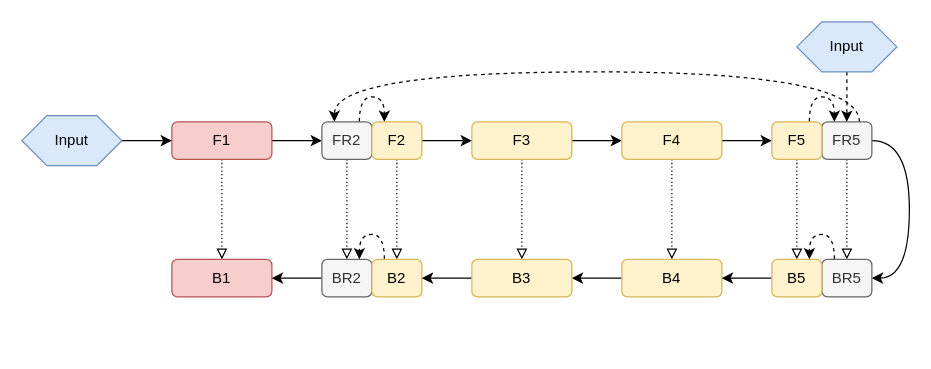
Earlier version of the draw.io diagram f1rc.drawio (mulanfly/diagrams). Source tidied: cells renumbered, new cells numbered last; positions are measured from the earlier drawing's top-left corner, leaving out a move shared by most shapes. Both pictures are drawn from the tidied source at 125%, with x=0, y=0 at pixel (21, 21).
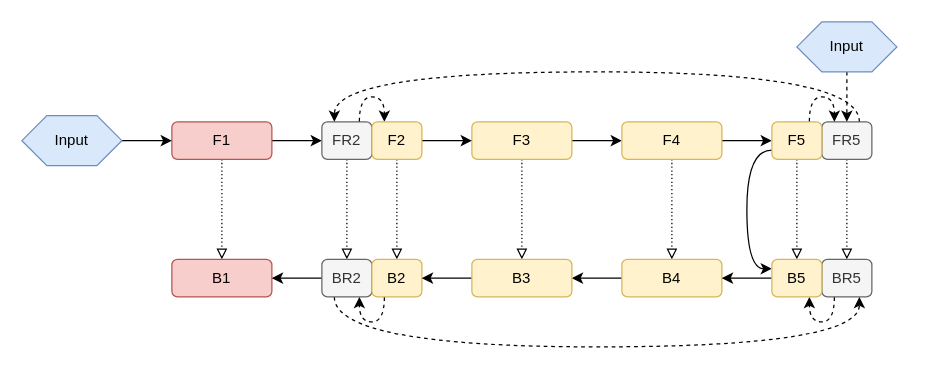
After the change.

The change refers to these unchanged cells:
```xml
<mxCell id="16" value="FR5" style="rounded=1;whiteSpace=wrap;html=1;shadow=0;sketch=0;glass=0;fillColor=#f5f5f5;strokeColor=#666666;fontColor=#333333;" parent="1" vertex="1">
  <mxGeometry x="640" y="80" width="40" height="30" as="geometry" />
</mxCell>
<mxCell id="25" value="F5" style="rounded=1;whiteSpace=wrap;html=1;shadow=0;sketch=0;glass=0;fillColor=#fff2cc;strokeColor=#d6b656;gradientDirection=east;" parent="1" vertex="1">
  <mxGeometry x="600" y="80" width="40" height="30" as="geometry" />
</mxCell>
<mxCell id="29" value="BR5" style="rounded=1;whiteSpace=wrap;html=1;shadow=0;sketch=0;glass=0;fillColor=#f5f5f5;strokeColor=#666666;fontColor=#333333;" parent="1" vertex="1">
  <mxGeometry x="640" y="190" width="40" height="30" as="geometry" />
</mxCell>
<mxCell id="31" value="B5" style="rounded=1;whiteSpace=wrap;html=1;shadow=0;sketch=0;glass=0;fillColor=#fff2cc;strokeColor=#d6b656;gradientDirection=east;" parent="1" vertex="1">
  <mxGeometry x="600" y="190" width="40" height="30" as="geometry" />
</mxCell>
<mxCell id="34" value="BR2" style="rounded=1;whiteSpace=wrap;html=1;shadow=0;sketch=0;glass=0;fillColor=#f5f5f5;strokeColor=#666666;gradientDirection=east;fontColor=#333333;" parent="1" vertex="1">
  <mxGeometry x="240" y="190" width="40" height="30" as="geometry" />
</mxCell>
<mxCell id="36" value="B2" style="rounded=1;whiteSpace=wrap;html=1;shadow=0;sketch=0;glass=0;fillColor=#fff2cc;strokeColor=#d6b656;gradientDirection=east;" parent="1" vertex="1">
  <mxGeometry x="280" y="190" width="40" height="30" as="geometry" />
</mxCell>
```

Change to the diagram source:
```diff
@@
-    <mxCell id="14" style="edgeStyle=orthogonalEdgeStyle;rounded=0;jettySize=auto;html=1;exitX=1;exitY=0.5;exitDx=0;exitDy=0;entryX=1;entryY=0.5;entryDx=0;entryDy=0;curved=1;" parent="1" edge="1" source="16" target="29">
-      <mxGeometry relative="1" as="geometry">
-        <Array as="points">
-          <mxPoint x="710" y="95" />
-          <mxPoint x="710" y="205" />
-        </Array>
-      </mxGeometry>
-    </mxCell>
@@
+    <mxCell id="41" style="edgeStyle=orthogonalEdgeStyle;curved=1;rounded=0;jettySize=auto;html=1;exitX=0;exitY=0.75;exitDx=0;exitDy=0;entryX=0;entryY=0.25;entryDx=0;entryDy=0;" parent="1" edge="1" source="25" target="31">
+      <mxGeometry relative="1" as="geometry" />
+    </mxCell>
@@
-    <mxCell id="28" style="edgeStyle=orthogonalEdgeStyle;curved=1;sketch=0;jettySize=auto;html=1;exitX=0.25;exitY=0;exitDx=0;exitDy=0;entryX=0.75;entryY=0;entryDx=0;entryDy=0;shadow=0;strokeColor=#000000;dashed=1;" parent="1" edge="1" source="29" target="31">
+    <mxCell id="28" style="edgeStyle=orthogonalEdgeStyle;curved=1;rounded=0;jettySize=auto;html=1;exitX=0.25;exitY=1;exitDx=0;exitDy=0;entryX=0.75;entryY=1;entryDx=0;entryDy=0;dashed=1;" parent="1" edge="1" source="29" target="31">
       <mxGeometry relative="1" as="geometry">
         <Array as="points">
-          <mxPoint x="650" y="170" />
-          <mxPoint x="630" y="170" />
+          <mxPoint x="650" y="240" />
+          <mxPoint x="630" y="240" />
         </Array>
       </mxGeometry>
     </mxCell>
@@
+    <mxCell id="42" style="edgeStyle=orthogonalEdgeStyle;curved=1;rounded=0;jettySize=auto;html=1;exitX=0.25;exitY=1;exitDx=0;exitDy=0;entryX=0.75;entryY=1;entryDx=0;entryDy=0;dashed=1;" parent="1" edge="1" source="34" target="29">
+      <mxGeometry relative="1" as="geometry">
+        <Array as="points">
+          <mxPoint x="250" y="260" />
+          <mxPoint x="670" y="260" />
+        </Array>
+      </mxGeometry>
+    </mxCell>
@@
-    <mxCell id="35" style="edgeStyle=orthogonalEdgeStyle;curved=1;sketch=0;jettySize=auto;html=1;exitX=0.25;exitY=0;exitDx=0;exitDy=0;entryX=0.75;entryY=0;entryDx=0;entryDy=0;shadow=0;dashed=1;strokeColor=#000000;" parent="1" edge="1" source="36" target="34">
+    <mxCell id="35" style="edgeStyle=orthogonalEdgeStyle;curved=1;rounded=0;jettySize=auto;html=1;exitX=0.25;exitY=1;exitDx=0;exitDy=0;entryX=0.75;entryY=1;entryDx=0;entryDy=0;dashed=1;" parent="1" edge="1" source="36" target="34">
       <mxGeometry relative="1" as="geometry">
         <Array as="points">
-          <mxPoint x="290" y="170" />
-          <mxPoint x="270" y="170" />
+          <mxPoint x="290" y="240" />
+          <mxPoint x="270" y="240" />
         </Array>
       </mxGeometry>
     </mxCell>
```
